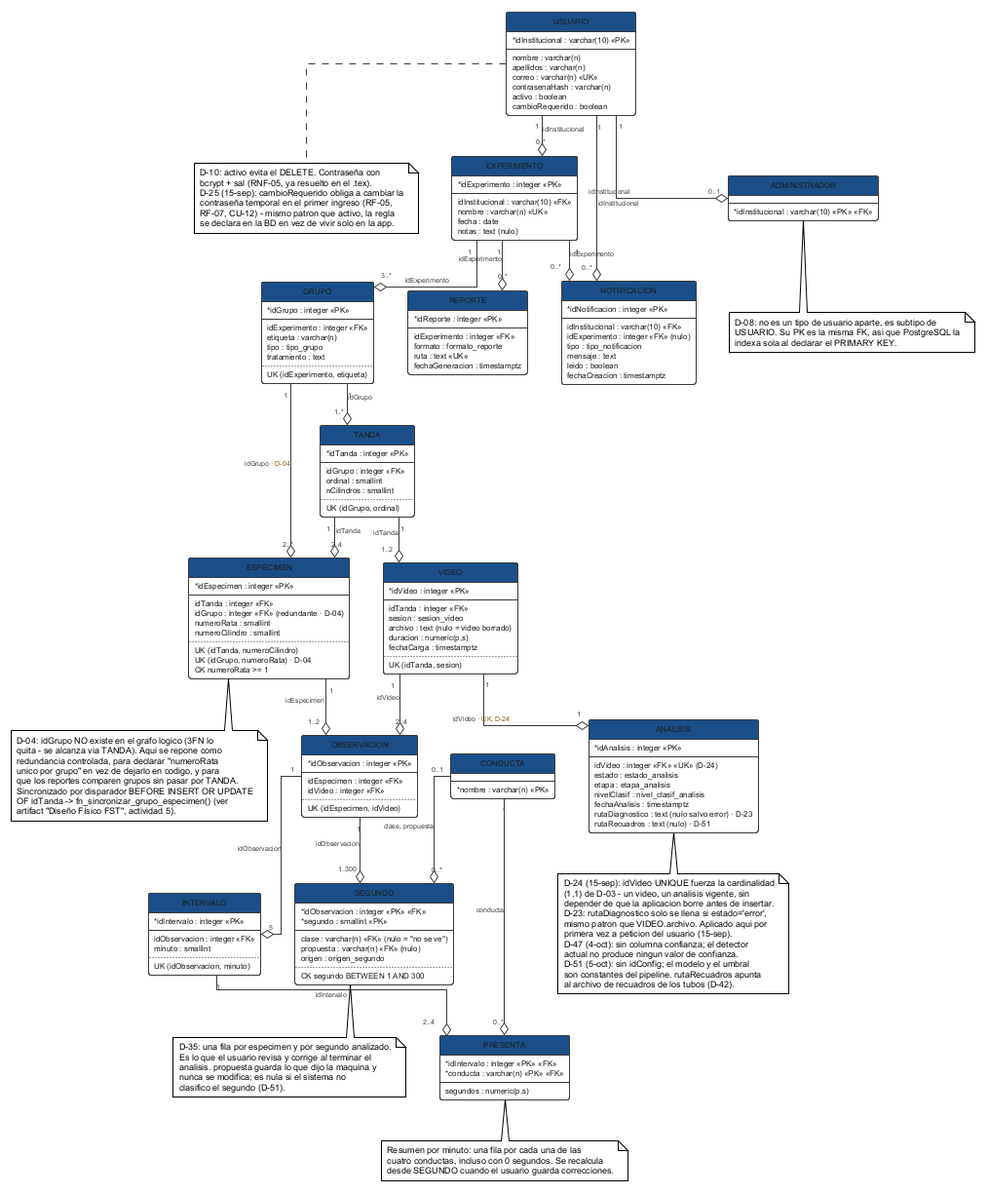
Above: figures/mermaid/esquema_fisico.png in ErickJester/fst-ai-system-latex (PlantUML), before the change.
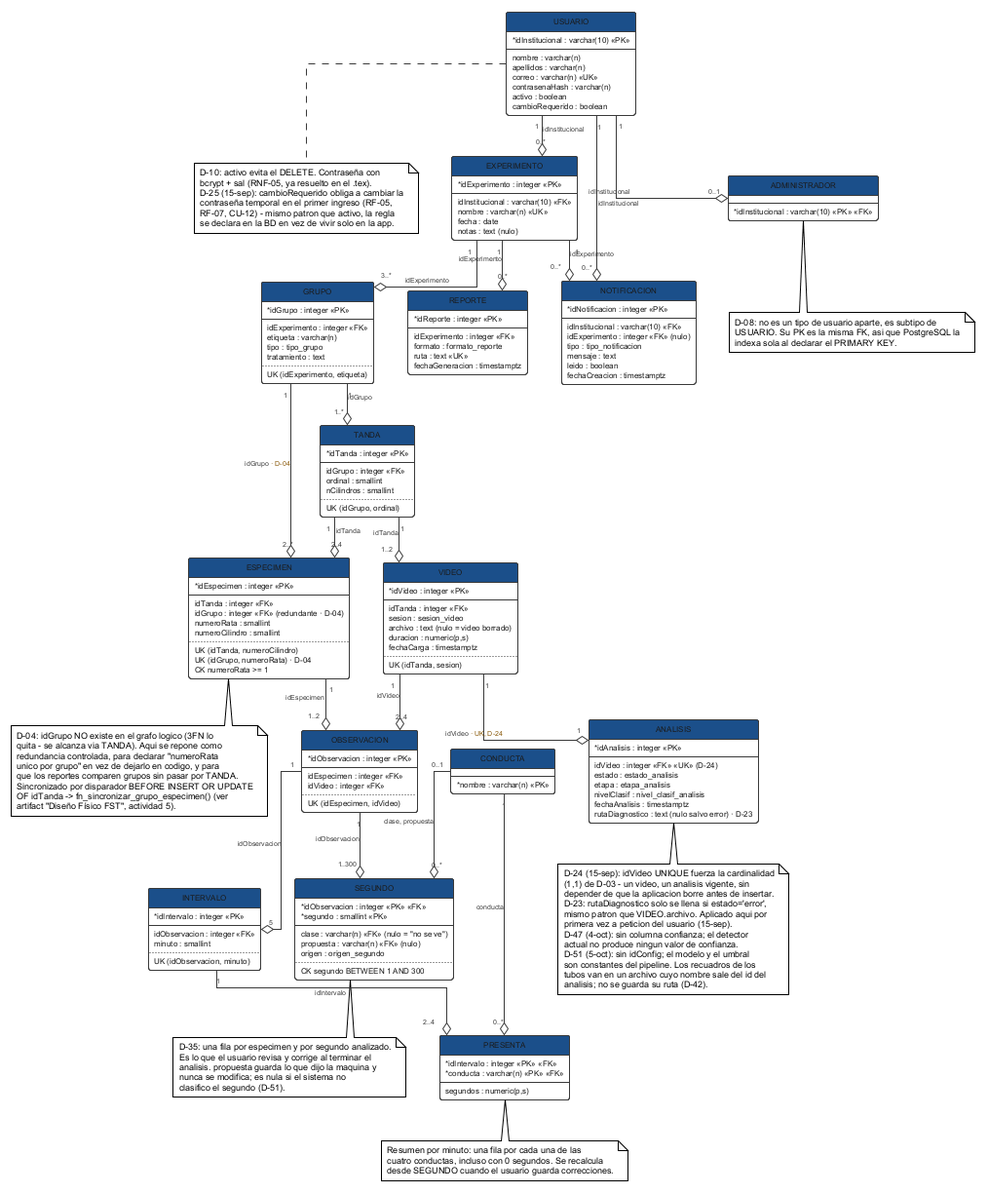
Above is the later version.

What changed in the source:
```diff
@@ -125,7 +125,6 @@
   nivelClasif : nivel_clasif_analisis
   fechaAnalisis : timestamptz
   rutaDiagnostico : text (nulo salvo error) · D-23
-  rutaRecuadros : text (nulo) · D-51
 }
 note bottom of ANALISIS
   D-24 (15-sep): idVideo UNIQUE fuerza la cardinalidad
@@ -137,8 +136,9 @@
   D-47 (4-oct): sin columna confianza; el detector
   actual no produce ningun valor de confianza.
   D-51 (5-oct): sin idConfig; el modelo y el umbral
-  son constantes del pipeline. rutaRecuadros apunta
-  al archivo de recuadros de los tubos (D-42).
+  son constantes del pipeline. Los recuadros de los
+  tubos van en un archivo cuyo nombre sale del id del
+  analisis; no se guarda su ruta (D-42).
 end note
 
 entity OBSERVACION {
```
